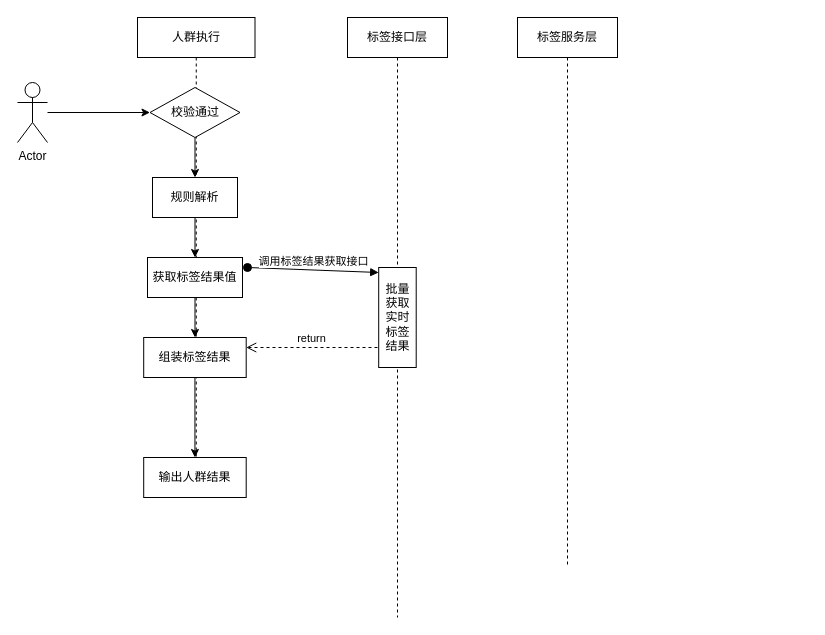
The draw.io diagram 实时标签泳道图.drawio in 1418956397/JavaWeb-Project-Source-Share, before the edit. Source tidied: cells renumbered, new cells numbered last; positions are measured from the earlier drawing's top-left corner, leaving out a move shared by most shapes. Both pictures are drawn from the tidied source at 100%, with x=0, y=0 at pixel (17, 17).
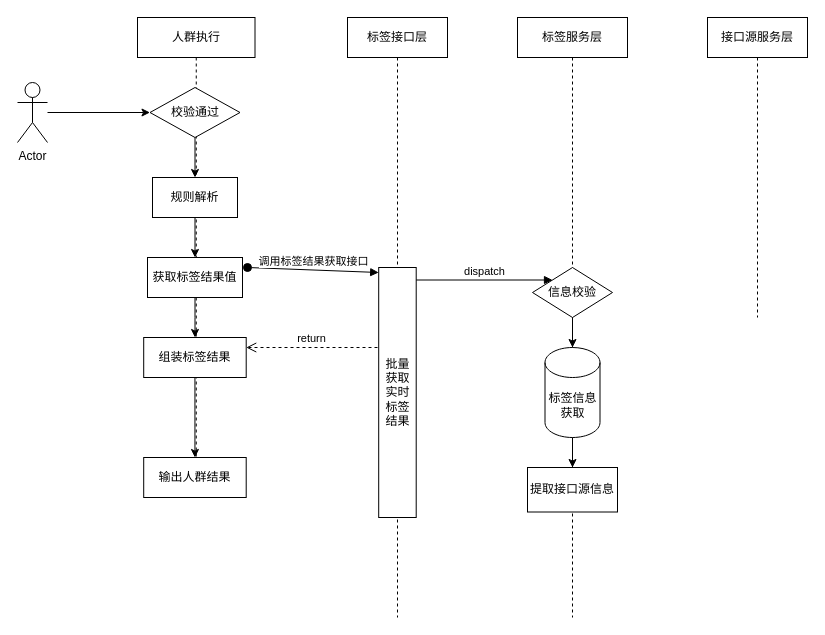
The same page after the edit.

Commit message (it also covers changes not shown here):
更新实时标签泳道图.drawio

The change refers to these unchanged cells:
```xml
<mxCell id="14" value="标签接口层" style="shape=umlLifeline;perimeter=lifelinePerimeter;whiteSpace=wrap;html=1;newEdgeStyle={&quot;curved&quot;:0,&quot;rounded&quot;:0};" parent="1" vertex="1">
  <mxGeometry x="330" width="100" height="600" as="geometry" />
</mxCell>
```

The edit, as a diff of the source:
```diff
@@
     <mxCell id="15" value="批量&lt;div&gt;获取&lt;/div&gt;&lt;div&gt;实时&lt;/div&gt;&lt;div&gt;标签&lt;/div&gt;&lt;div&gt;结果&lt;/div&gt;" style="html=1;points=[[0,0,0,0,5],[0,1,0,0,-5],[1,0,0,0,5],[1,1,0,0,-5]];perimeter=orthogonalPerimeter;outlineConnect=0;targetShapes=umlLifeline;portConstraint=eastwest;newEdgeStyle={&quot;curved&quot;:0,&quot;rounded&quot;:0};" parent="14" vertex="1">
-      <mxGeometry x="31.2" y="250" width="37.5" height="100" as="geometry" />
+      <mxGeometry x="31.2" y="250" width="37.5" height="250" as="geometry" />
     </mxCell>
@@
     <mxCell id="17" value="标签服务层" style="shape=umlLifeline;perimeter=lifelinePerimeter;whiteSpace=wrap;html=1;newEdgeStyle={&quot;curved&quot;:0,&quot;rounded&quot;:0};" parent="1" vertex="1">
-      <mxGeometry x="500" width="100" height="550" as="geometry" />
+      <mxGeometry x="500" width="110" height="600" as="geometry" />
     </mxCell>
+    <mxCell id="19" value="提取接口源信息" style="whiteSpace=wrap;html=1;" parent="17" vertex="1">
+      <mxGeometry x="10" y="450" width="90" height="44.5" as="geometry" />
+    </mxCell>
@@
+    <mxCell id="20" style="edgeStyle=orthogonalEdgeStyle;rounded=0;jettySize=auto;html=1;" parent="1" edge="1" source="21" target="24">
+      <mxGeometry relative="1" as="geometry" />
+    </mxCell>
+    <mxCell id="21" value="信息校验" style="rhombus;whiteSpace=wrap;html=1;" parent="1" vertex="1">
+      <mxGeometry x="515" y="250" width="80" height="50" as="geometry" />
+    </mxCell>
+    <mxCell id="22" value="dispatch" style="html=1;verticalAlign=bottom;endArrow=block;curved=0;rounded=0;entryX=0;entryY=0;entryDx=0;entryDy=0;" parent="1" edge="1" source="15" target="21">
+      <mxGeometry relative="1" as="geometry" />
+    </mxCell>
+    <mxCell id="23" style="edgeStyle=orthogonalEdgeStyle;rounded=0;jettySize=auto;html=1;" parent="1" edge="1" source="24" target="19">
+      <mxGeometry relative="1" as="geometry" />
+    </mxCell>
+    <mxCell id="24" value="标签信息获取" style="shape=cylinder3;whiteSpace=wrap;html=1;boundedLbl=1;backgroundOutline=1;size=15;" parent="1" vertex="1">
+      <mxGeometry x="527.5" y="330" width="55" height="90" as="geometry" />
+    </mxCell>
+    <mxCell id="25" value="接口源服务层" style="shape=umlLifeline;perimeter=lifelinePerimeter;whiteSpace=wrap;html=1;newEdgeStyle={&quot;curved&quot;:0,&quot;rounded&quot;:0};" parent="1" vertex="1">
+      <mxGeometry x="690" width="100" height="300" as="geometry" />
+    </mxCell>
```
